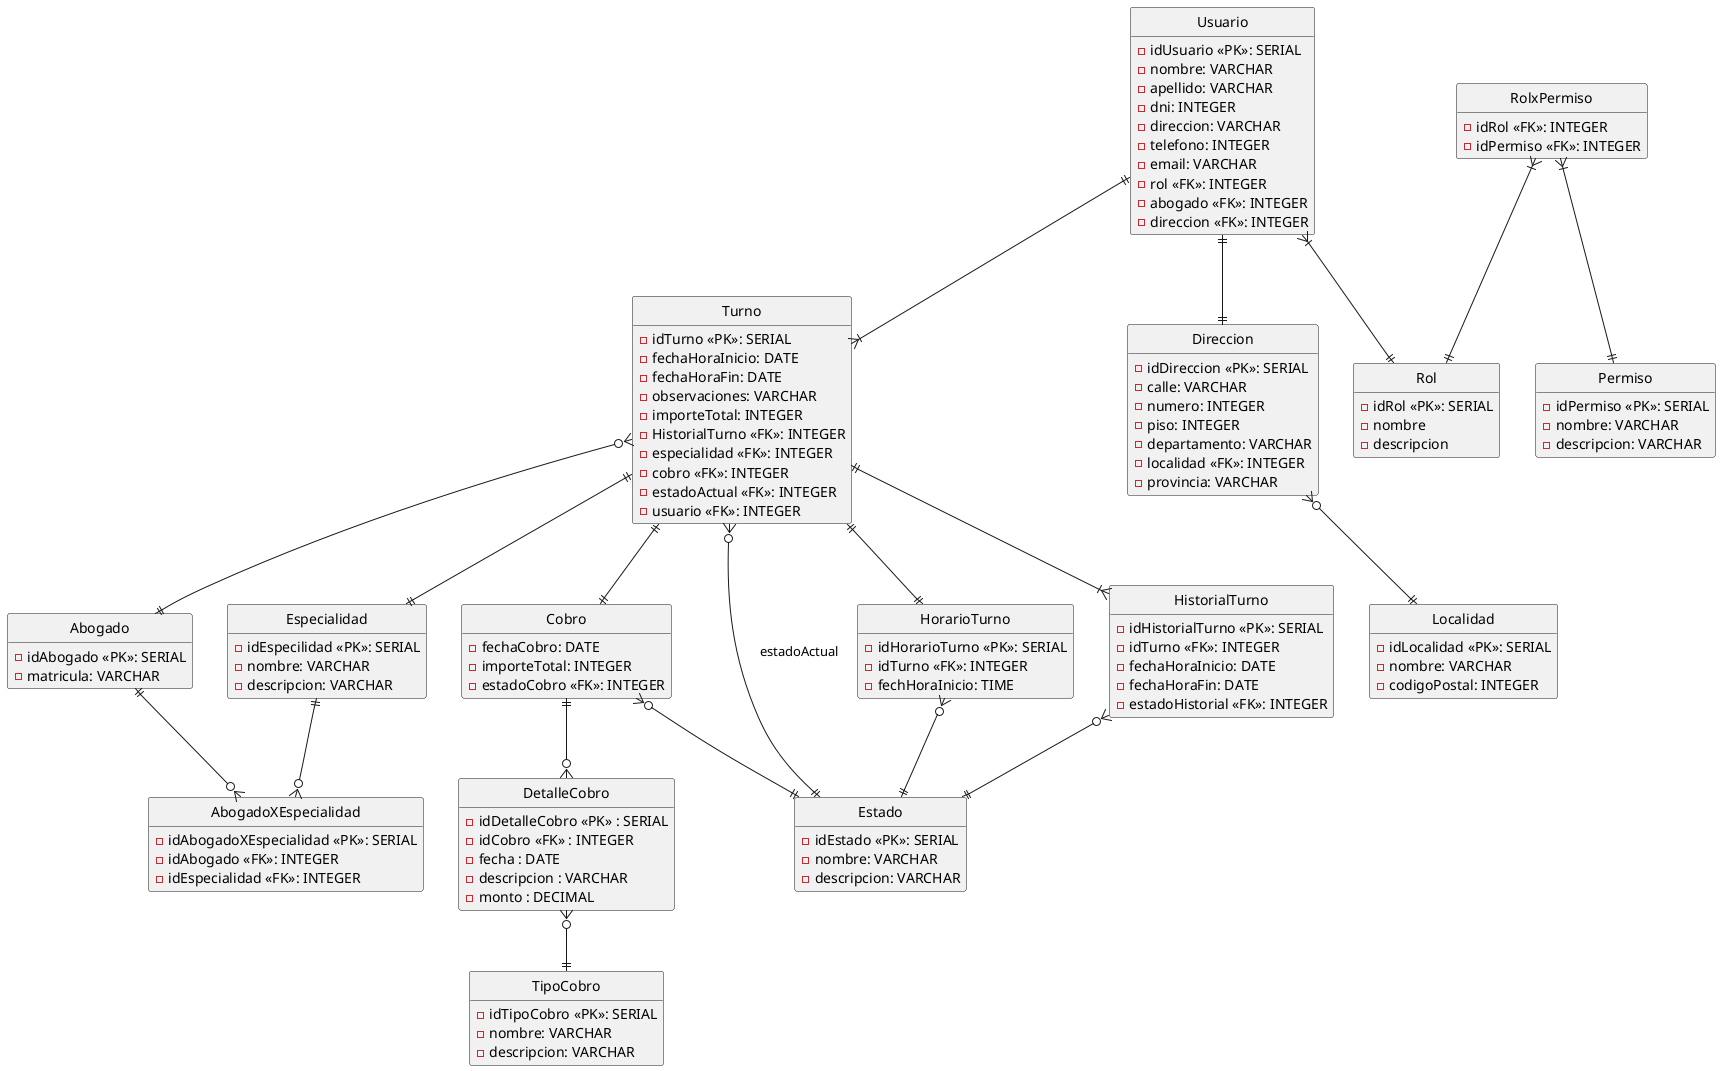
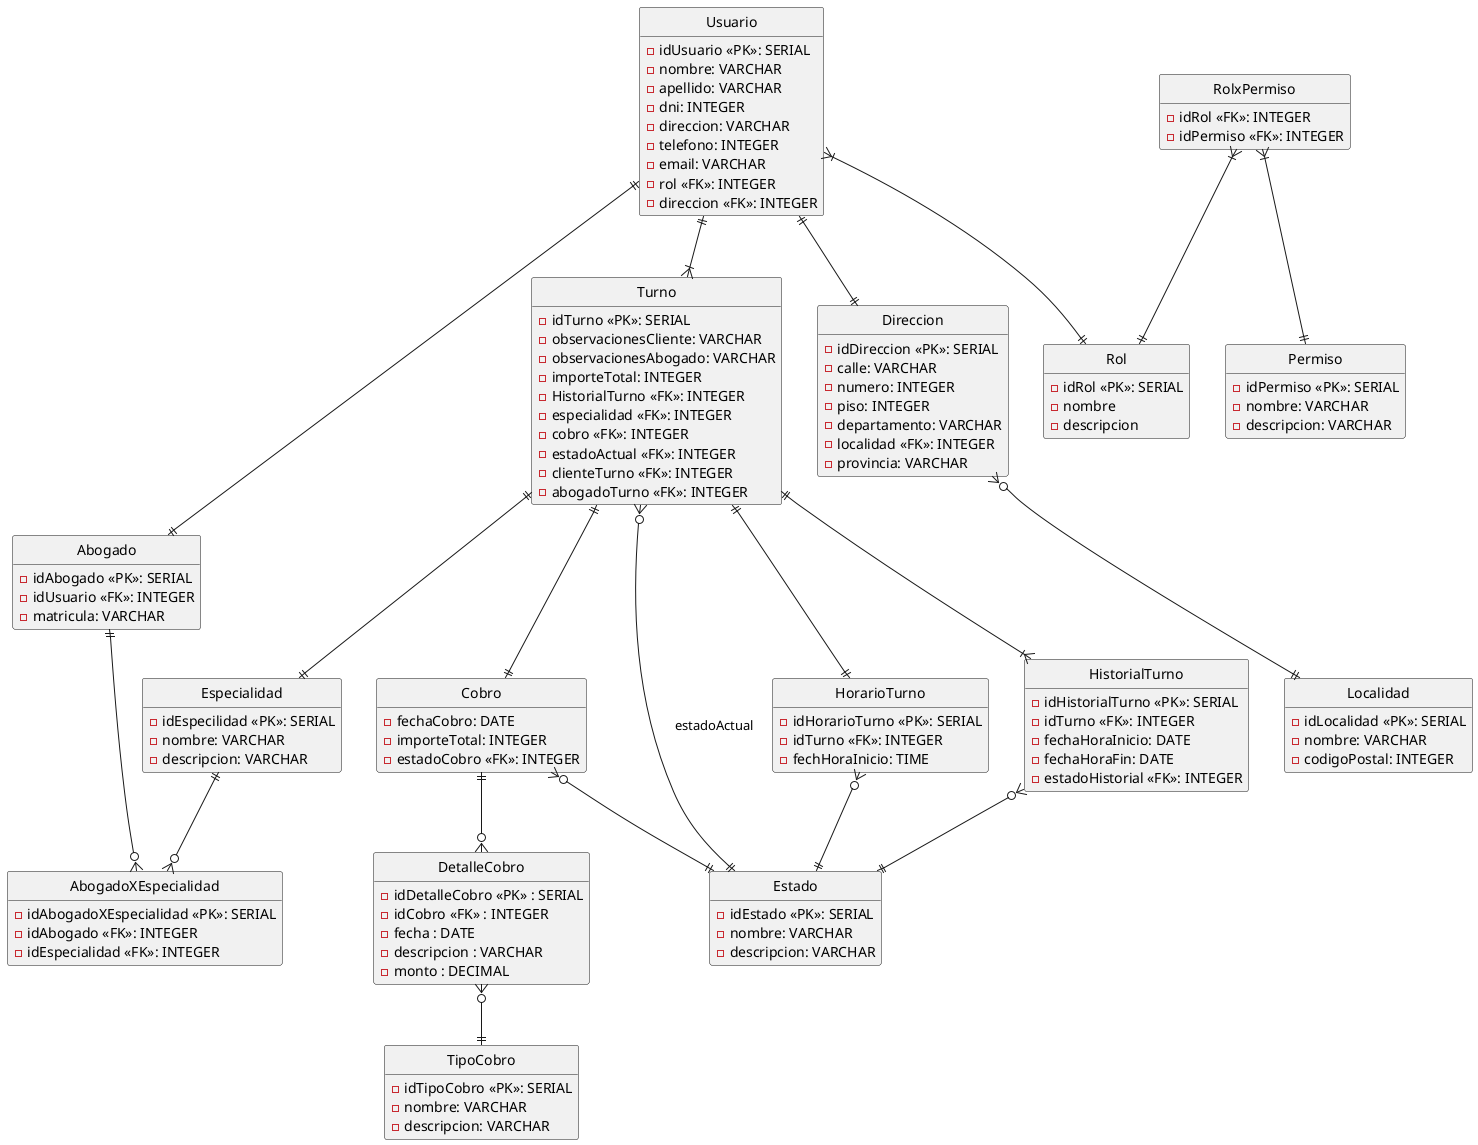
@startuml derMedinaYAsociados
hide circle
hide empty method

entity Turno {
    -idTurno <<PK>>: SERIAL
-     -fechaHoraInicio: DATE
-     -fechaHoraFin: DATE
-     -observaciones: VARCHAR
+     -observacionesCliente: VARCHAR
+     -observacionesAbogado: VARCHAR
    -importeTotal: INTEGER
    -HistorialTurno <<FK>>: INTEGER
    -especialidad <<FK>>: INTEGER
    -cobro <<FK>>: INTEGER
    -estadoActual <<FK>>: INTEGER
-     -usuario <<FK>>: INTEGER
+     -clienteTurno <<FK>>: INTEGER
+     -abogadoTurno <<FK>>: INTEGER
}

entity Abogado {
    -idAbogado <<PK>>: SERIAL
+     -idUsuario <<FK>>: INTEGER
    -matricula: VARCHAR
}


entity Cobro {
    -fechaCobro: DATE
    -importeTotal: INTEGER
    -estadoCobro <<FK>>: INTEGER
}

entity Especialidad {
    -idEspecilidad <<PK>>: SERIAL
    -nombre: VARCHAR
    -descripcion: VARCHAR
}

entity TipoCobro {
    -idTipoCobro <<PK>>: SERIAL
    -nombre: VARCHAR
    -descripcion: VARCHAR
}

entity Estado {
    -idEstado <<PK>>: SERIAL
    -nombre: VARCHAR
    -descripcion: VARCHAR
}

entity DetalleCobro {
    - idDetalleCobro <<PK>> : SERIAL
    - idCobro <<FK>> : INTEGER
    - fecha : DATE
    - descripcion : VARCHAR
    - monto : DECIMAL
}

entity Direccion {
    -idDireccion <<PK>>: SERIAL
    -calle: VARCHAR
    -numero: INTEGER
    -piso: INTEGER
    -departamento: VARCHAR
    -localidad <<FK>>: INTEGER
    -provincia: VARCHAR
}

entity Localidad {
    -idLocalidad <<PK>>: SERIAL
    -nombre: VARCHAR
    -codigoPostal: INTEGER
}

entity HorarioTurno {
    -idHorarioTurno <<PK>>: SERIAL
    -idTurno <<FK>>: INTEGER
    -fechHoraInicio: TIME
}

entity HistorialTurno {
    -idHistorialTurno <<PK>>: SERIAL
    -idTurno <<FK>>: INTEGER
    -fechaHoraInicio: DATE
    -fechaHoraFin: DATE
    -estadoHistorial <<FK>>: INTEGER
}

entity AbogadoXEspecialidad{
    -idAbogadoXEspecialidad <<PK>>: SERIAL
    -idAbogado <<FK>>: INTEGER
    -idEspecialidad <<FK>>: INTEGER
}

entity Usuario{
    -idUsuario <<PK>>: SERIAL
    -nombre: VARCHAR
    -apellido: VARCHAR
    -dni: INTEGER
    -direccion: VARCHAR
    -telefono: INTEGER
    -email: VARCHAR
    -rol <<FK>>: INTEGER
-     -abogado <<FK>>: INTEGER
    -direccion <<FK>>: INTEGER
}

entity Rol {
    -idRol <<PK>>: SERIAL
    -nombre
    -descripcion
}

entity Permiso{
    -idPermiso <<PK>>: SERIAL
    -nombre: VARCHAR
    -descripcion: VARCHAR
}

entity RolxPermiso{
    -idRol <<FK>>: INTEGER
    -idPermiso <<FK>>: INTEGER
}

Turno ||--|| Cobro
Turno }o--|| Estado : "estadoActual"
Turno ||--|{ HistorialTurno
Turno ||--|| Especialidad
Turno ||--|| HorarioTurno
- Turno }o--|| Abogado

Cobro ||--o{ DetalleCobro
Cobro }o--|| Estado

DetalleCobro }o--|| TipoCobro

HistorialTurno }o--||Estado

HorarioTurno }o--||Estado

AbogadoXEspecialidad }o-up-|| Especialidad
AbogadoXEspecialidad }o-up-|| Abogado

Direccion }o--|| Localidad

Usuario ||--|| Direccion
Usuario ||--|{ Turno
+ Usuario ||--|| Abogado

Usuario }|--|| Rol
RolxPermiso }|--|| Permiso
RolxPermiso }|--|| Rol
@enduml